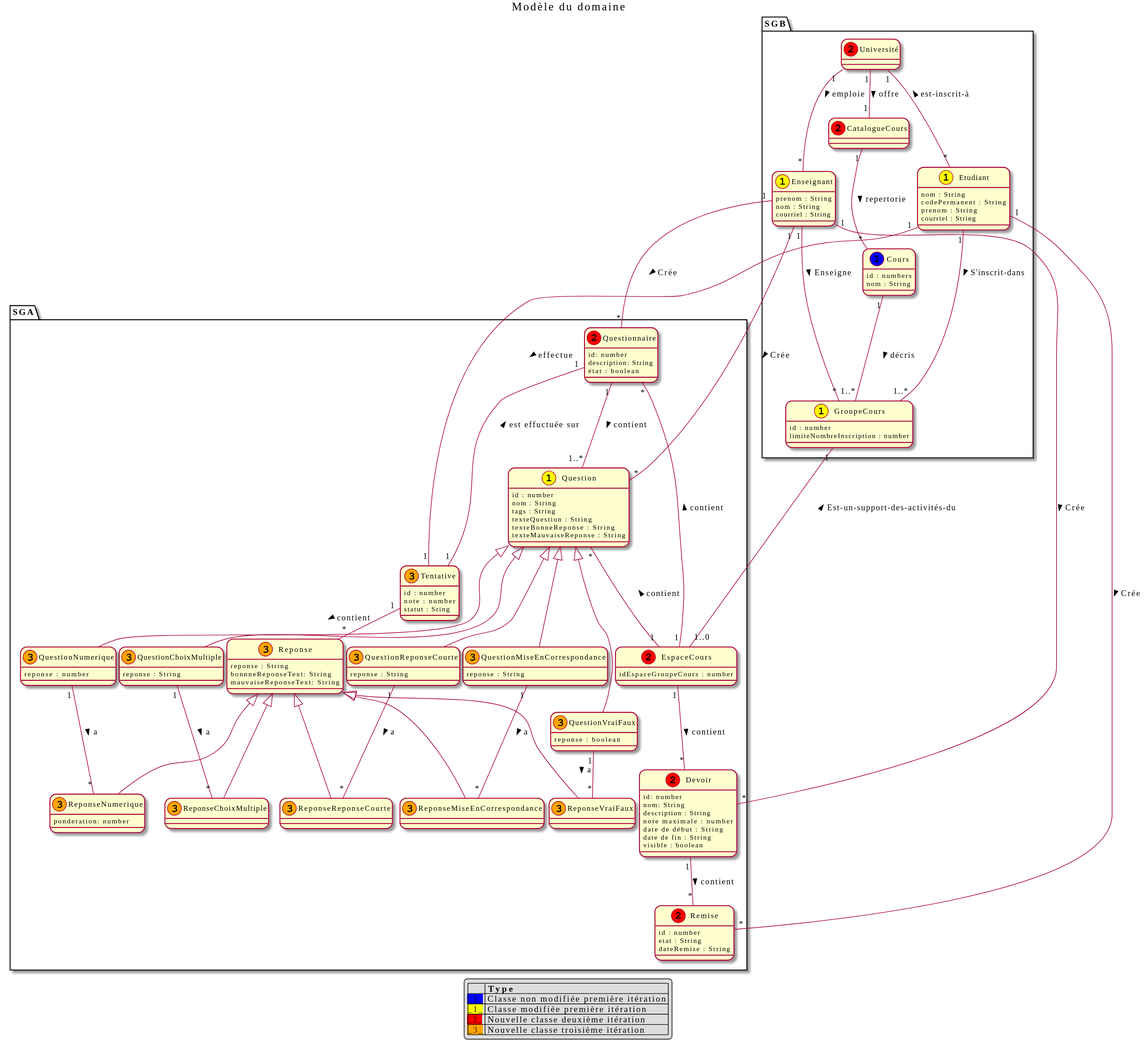
Earlier version of the PlantUML export out/docs/modeles/mdd/MDD.svg (nerdz88/SGA-TS).
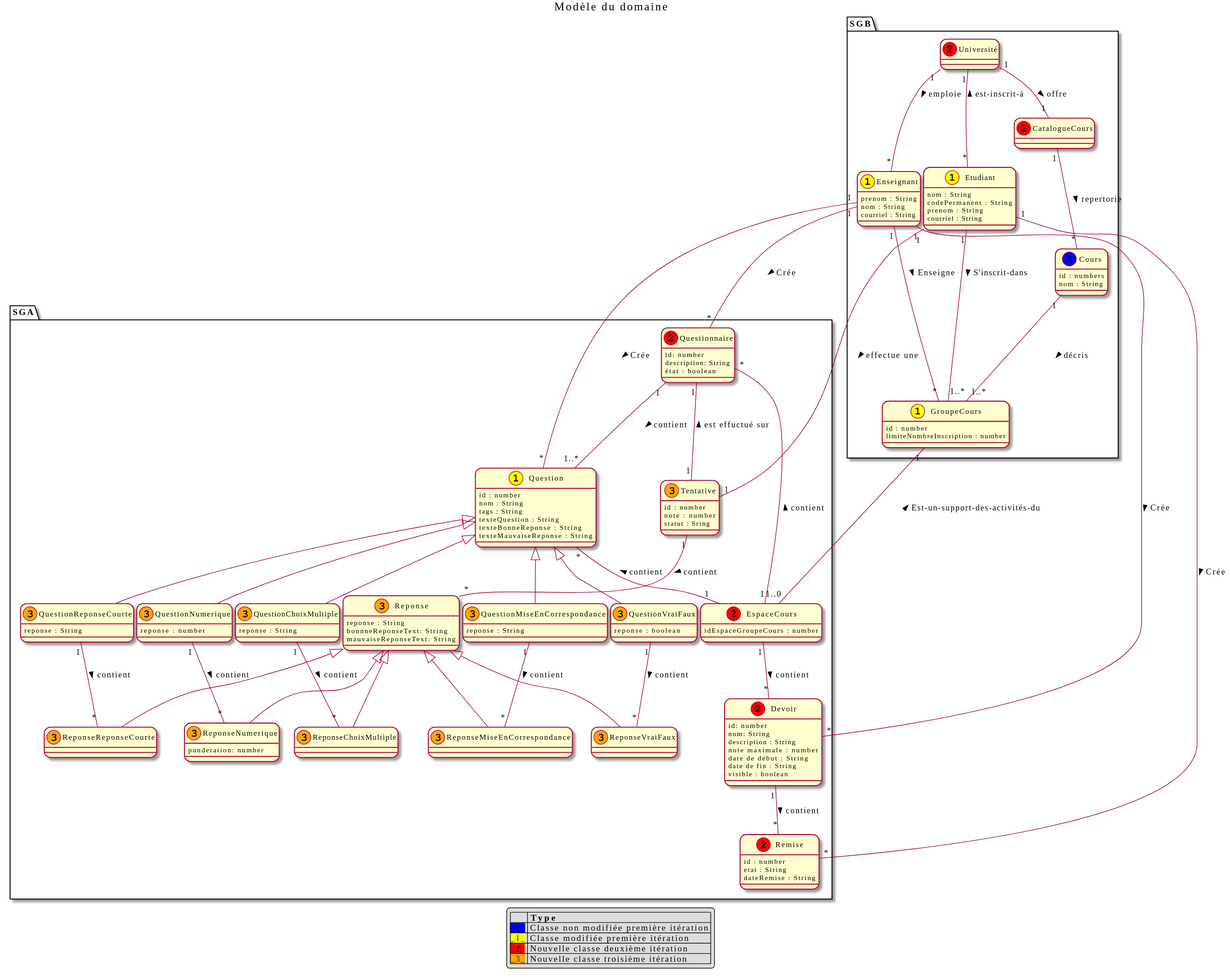
After the commit.

Diff of the diagram source:
```diff
@@ -136,14 +136,14 @@
 Enseignant "1" -- "*" Question : Crée >
 Enseignant "1" -- "*" Questionnaire : Crée >
 Enseignant "1" -- "*" Devoir : Crée >
-Questionnaire"1" -- "1"Tentative : est effuctuée sur <
-Etudiant "1" -- "1" Tentative : effectue >
-Tentative "1" - "*" Reponse : contient >
-QuestionVraiFaux "1" - "*" ReponseVraiFaux : a >
-QuestionReponseCourte "1" -- "*" ReponseReponseCourte : a >
-QuestionNumerique "1" -- "*" ReponseNumerique : a >
-QuestionChoixMultiple "1" -- "*" ReponseChoixMultiple : a >
-QuestionMiseEnCorrespondance "1" -- "*" ReponseMiseEnCorrespondance : a >
+Questionnaire"1" -- "1"Tentative : est effuctué sur <
+Etudiant "1" -- "1" Tentative : effectue une >
+Tentative "1" -- "*" Reponse : contient >
+QuestionVraiFaux "1" -- "*" ReponseVraiFaux : contient >
+QuestionReponseCourte "1" -- "*" ReponseReponseCourte : contient >
+QuestionNumerique "1" -- "*" ReponseNumerique : contient >
+QuestionChoixMultiple "1" -- "*" ReponseChoixMultiple : contient >
+QuestionMiseEnCorrespondance "1" -- "*" ReponseMiseEnCorrespondance : contient >
 
 
 
```
